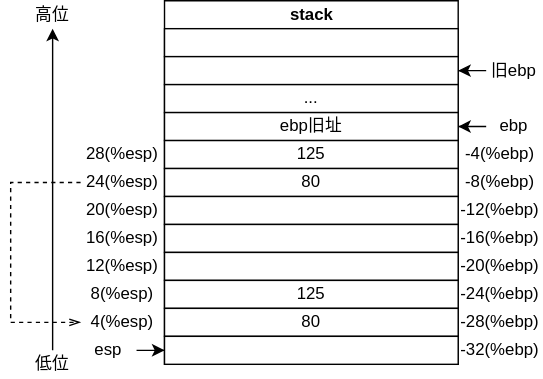
The draw.io diagram drawio/x86callFunc.drawio.svg in Stolorzs/Picgo, before a commit. Source tidied: cells renumbered, new cells last; positions are measured from the earlier drawing's top-left corner, leaving out a move shared by most shapes.
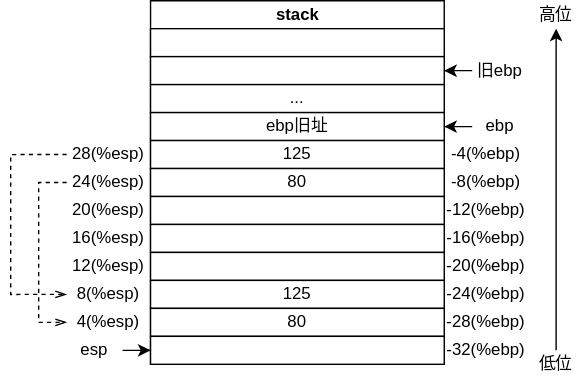
After the change.

Diff of the diagram source:
```diff
@@ -67,8 +67,8 @@
         <mxPoint x="50" y="130" as="sourcePoint" />
         <mxPoint x="50" y="230" as="targetPoint" />
         <Array as="points">
-          <mxPoint y="130" />
-          <mxPoint y="230" />
+          <mxPoint x="30" y="130" />
+          <mxPoint x="30" y="230" />
         </Array>
       </mxGeometry>
     </mxCell>
@@ -114,14 +114,27 @@
     <mxCell id="36" value="8(%esp)" style="text;html=1;align=center;verticalAlign=middle;whiteSpace=wrap;rounded=0;" parent="1" vertex="1">
       <mxGeometry x="60" y="200" width="40" height="20" as="geometry" />
     </mxCell>
+    <mxCell id="40" style="group;" parent="1" vertex="1">
+      <mxGeometry x="380" width="40" height="270" as="geometry" />
+    </mxCell>
-    <mxCell id="37" value="高位" style="text;html=1;align=center;verticalAlign=middle;whiteSpace=wrap;rounded=0;" parent="1" vertex="1">
-      <mxGeometry x="10" width="40" height="20" as="geometry" />
+    <mxCell id="37" value="高位" style="text;html=1;align=center;verticalAlign=middle;whiteSpace=wrap;rounded=0;" parent="40" vertex="1">
+      <mxGeometry width="40" height="20" as="geometry" />
     </mxCell>
-    <mxCell id="38" style="edgeStyle=orthogonalEdgeStyle;rounded=0;jettySize=auto;html=1;" parent="1" edge="1" source="39" target="37">
+    <mxCell id="38" style="edgeStyle=orthogonalEdgeStyle;rounded=0;jettySize=auto;html=1;" parent="40" edge="1" source="39" target="37">
       <mxGeometry relative="1" as="geometry" />
     </mxCell>
-    <mxCell id="39" value="低位" style="text;html=1;align=center;verticalAlign=middle;whiteSpace=wrap;rounded=0;" parent="1" vertex="1">
-      <mxGeometry x="10" y="250" width="40" height="20" as="geometry" />
+    <mxCell id="39" value="低位" style="text;html=1;align=center;verticalAlign=middle;whiteSpace=wrap;rounded=0;" parent="40" vertex="1">
+      <mxGeometry y="250" width="40" height="20" as="geometry" />
     </mxCell>
+    <mxCell id="41" style="edgeStyle=orthogonalEdgeStyle;rounded=0;orthogonalLoop=1;jettySize=auto;html=1;dashed=1;endArrow=openThin;endFill=0;" parent="1" edge="1">
+      <mxGeometry relative="1" as="geometry">
+        <mxPoint x="50" y="110" as="sourcePoint" />
+        <mxPoint x="50" y="210" as="targetPoint" />
+        <Array as="points">
+          <mxPoint x="10" y="110" />
+          <mxPoint x="10" y="210" />
+        </Array>
+      </mxGeometry>
+    </mxCell>
   </root>
 </mxGraphModel>
```
